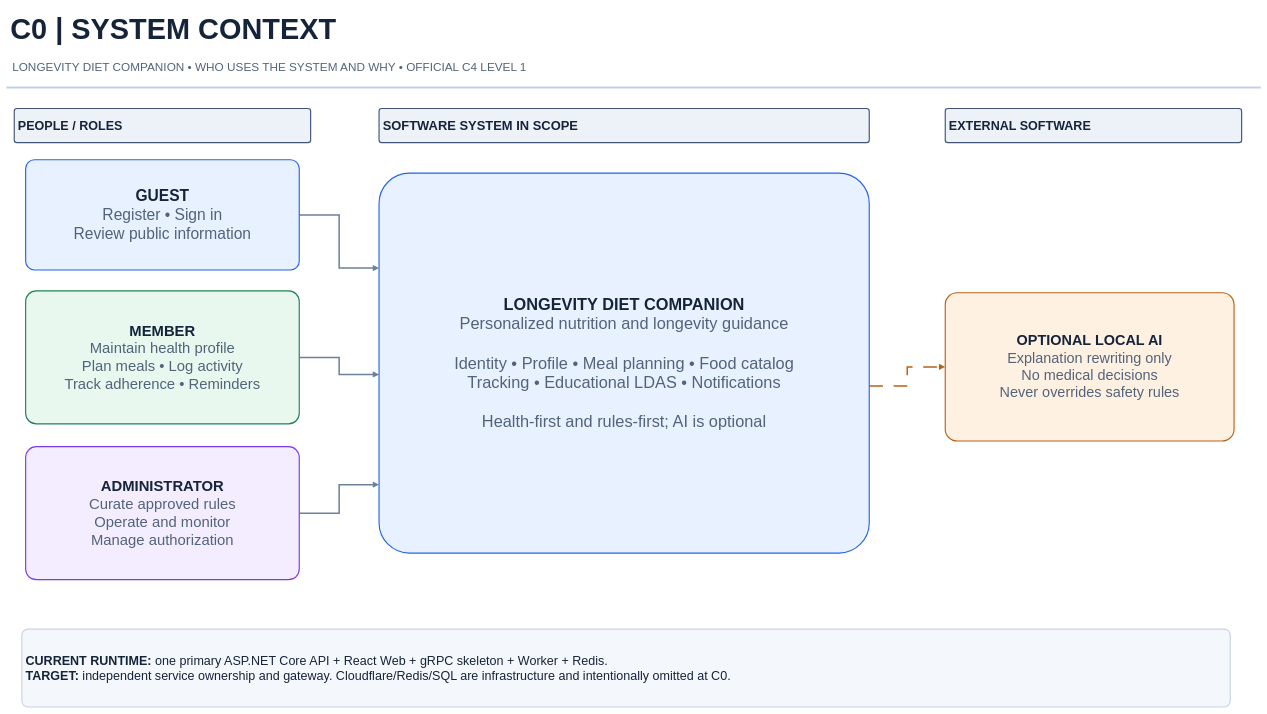
Above: docs/assignment/one-page/01-c0-system-context.drawio in YAHsaveme/FPTUSE_LongevityDiet (draw.io), before the change. Source tidied: cells renumbered, new cells numbered last; positions are measured from the earlier drawing's top-left corner, leaving out a move shared by most shapes. Both pictures are drawn from the tidied source at 38%, with x=0, y=0 at pixel (6, 6).
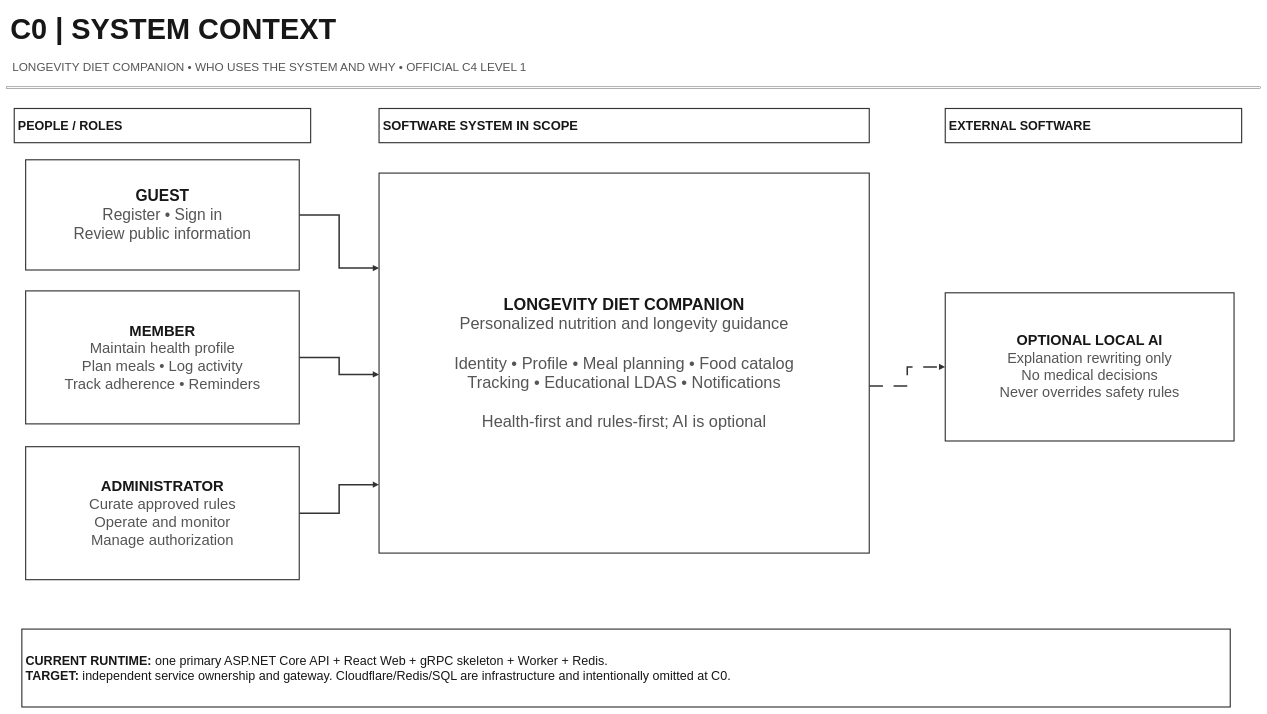
The same diagram, later.

Change to the diagram source:
```diff
@@
 <mxGraphModel>
   <root>
     <mxCell id="0" />
     <mxCell id="1" parent="0" />
-    <mxCell id="2" style="edgeStyle=orthogonalEdgeStyle;rounded=0;jettySize=auto;html=1;strokeColor=#6C819A;strokeWidth=4;endArrow=block;endFill=1;exitX=1;exitY=0.5;exitPerimeter=0;entryX=0;entryY=0.25;entryPerimeter=0;" parent="1" edge="1" source="10" target="14">
+    <mxCell id="2" style="edgeStyle=orthogonalEdgeStyle;rounded=0;jettySize=auto;html=1;strokeColor=#333333;strokeWidth=4;endArrow=block;endFill=1;exitX=1;exitY=0.5;exitPerimeter=0;entryX=0;entryY=0.25;entryPerimeter=0;" parent="1" edge="1" source="10" target="14">
       <mxGeometry relative="1" as="geometry" />
     </mxCell>
-    <mxCell id="3" style="edgeStyle=orthogonalEdgeStyle;rounded=0;jettySize=auto;html=1;strokeColor=#6C819A;strokeWidth=4;endArrow=block;endFill=1;exitX=1;exitY=0.5;exitPerimeter=0;entryX=0;entryY=0.53;entryPerimeter=0;" parent="1" edge="1" source="11" target="14">
+    <mxCell id="3" style="edgeStyle=orthogonalEdgeStyle;rounded=0;jettySize=auto;html=1;strokeColor=#333333;strokeWidth=4;endArrow=block;endFill=1;exitX=1;exitY=0.5;exitPerimeter=0;entryX=0;entryY=0.53;entryPerimeter=0;" parent="1" edge="1" source="11" target="14">
       <mxGeometry relative="1" as="geometry" />
     </mxCell>
-    <mxCell id="4" style="edgeStyle=orthogonalEdgeStyle;rounded=0;jettySize=auto;html=1;strokeColor=#6C819A;strokeWidth=4;endArrow=block;endFill=1;exitX=1;exitY=0.5;exitPerimeter=0;entryX=0;entryY=0.82;entryPerimeter=0;" parent="1" edge="1" source="12" target="14">
+    <mxCell id="4" style="edgeStyle=orthogonalEdgeStyle;rounded=0;jettySize=auto;html=1;strokeColor=#333333;strokeWidth=4;endArrow=block;endFill=1;exitX=1;exitY=0.5;exitPerimeter=0;entryX=0;entryY=0.82;entryPerimeter=0;" parent="1" edge="1" source="12" target="14">
       <mxGeometry relative="1" as="geometry" />
     </mxCell>
-    <mxCell id="5" style="edgeStyle=orthogonalEdgeStyle;rounded=0;jettySize=auto;html=1;strokeColor=#B96218;strokeWidth=4;endArrow=block;endFill=1;dashed=1;dashPattern=9 7;exitX=1;exitY=0.56;exitPerimeter=0;entryX=0;entryY=0.5;entryPerimeter=0;" parent="1" edge="1" source="14" target="16">
+    <mxCell id="5" style="edgeStyle=orthogonalEdgeStyle;rounded=0;jettySize=auto;html=1;strokeColor=#333333;strokeWidth=4;endArrow=block;endFill=1;dashed=1;dashPattern=9 7;exitX=1;exitY=0.56;exitPerimeter=0;entryX=0;entryY=0.5;entryPerimeter=0;" parent="1" edge="1" source="14" target="16">
       <mxGeometry relative="1" as="geometry" />
     </mxCell>
-    <mxCell id="6" value="C0  |  SYSTEM CONTEXT" style="text;strokeColor=none;fillColor=none;fontFamily=Arial;fontSize=76;fontColor=#16243A;fontStyle=1;align=left;verticalAlign=middle;spacing=10;whiteSpace=wrap;html=1;" parent="1" vertex="1">
+    <mxCell id="6" value="C0  |  SYSTEM CONTEXT" style="text;strokeColor=none;fillColor=none;fontFamily=Arial;fontSize=76;fontColor=#171717;fontStyle=1;align=left;verticalAlign=middle;spacing=10;whiteSpace=wrap;html=1;" parent="1" vertex="1">
       <mxGeometry width="3300" height="118" as="geometry" />
     </mxCell>
-    <mxCell id="7" value="LONGEVITY DIET COMPANION   •   WHO USES THE SYSTEM AND WHY   •   OFFICIAL C4 LEVEL 1" style="text;strokeColor=none;fillColor=none;fontFamily=Arial;fontSize=31;fontColor=#52637A;fontStyle=0;align=left;verticalAlign=middle;spacing=10;whiteSpace=wrap;html=1;" parent="1" vertex="1">
+    <mxCell id="7" value="LONGEVITY DIET COMPANION   •   WHO USES THE SYSTEM AND WHY   •   OFFICIAL C4 LEVEL 1" style="text;strokeColor=none;fillColor=none;fontFamily=Arial;fontSize=31;fontColor=#555555;fontStyle=0;align=left;verticalAlign=middle;spacing=10;whiteSpace=wrap;html=1;" parent="1" vertex="1">
       <mxGeometry x="5" y="121" width="3290" height="74" as="geometry" />
     </mxCell>
-    <mxCell id="8" style="rounded=1;arcSize=8;whiteSpace=wrap;html=1;glass=0;fontFamily=Arial;fontSize=30;fontColor=#16243A;fontStyle=0;align=center;verticalAlign=middle;spacing=10;whiteSpace=wrap;html=1;fillColor=#BDD0E8;strokeColor=#BDD0E8;strokeWidth=1;" parent="1" vertex="1">
+    <mxCell id="8" style="rounded=0;whiteSpace=wrap;html=1;glass=0;fontFamily=Arial;fontSize=30;fontColor=#171717;fontStyle=0;align=center;verticalAlign=middle;spacing=10;whiteSpace=wrap;html=1;fillColor=#FFFFFF;strokeColor=#333333;strokeWidth=1;" parent="1" vertex="1">
       <mxGeometry y="211" width="3300" height="4" as="geometry" />
     </mxCell>
-    <mxCell id="9" value="&lt;b&gt;PEOPLE / ROLES&lt;/b&gt;" style="rounded=1;arcSize=8;whiteSpace=wrap;html=1;glass=0;fontFamily=Arial;fontSize=33;fontColor=#16243A;fontStyle=0;align=left;verticalAlign=middle;spacing=10;whiteSpace=wrap;html=1;fillColor=#EDF1F8;strokeColor=#405477;strokeWidth=3;" parent="1" vertex="1">
+    <mxCell id="9" value="&lt;b&gt;PEOPLE / ROLES&lt;/b&gt;" style="rounded=0;whiteSpace=wrap;html=1;glass=0;fontFamily=Arial;fontSize=33;fontColor=#171717;fontStyle=0;align=left;verticalAlign=middle;spacing=10;whiteSpace=wrap;html=1;fillColor=#FFFFFF;strokeColor=#333333;strokeWidth=3;" parent="1" vertex="1">
       <mxGeometry x="20" y="268" width="780" height="90" as="geometry" />
     </mxCell>
-    <mxCell id="10" value="&lt;b&gt;GUEST&lt;/b&gt;&lt;br/&gt;&lt;font color=&quot;#52637A&quot;&gt;Register • Sign in&lt;br/&gt;Review public information&lt;/font&gt;" style="rounded=1;arcSize=8;whiteSpace=wrap;html=1;glass=0;fontFamily=Arial;fontSize=41;fontColor=#16243A;fontStyle=0;align=center;verticalAlign=middle;spacing=10;whiteSpace=wrap;html=1;fillColor=#E8F1FF;strokeColor=#2563EB;strokeWidth=3;" parent="1" vertex="1">
+    <mxCell id="10" value="&lt;b&gt;GUEST&lt;/b&gt;&lt;br/&gt;&lt;font color=&quot;#555555&quot;&gt;Register • Sign in&lt;br/&gt;Review public information&lt;/font&gt;" style="rounded=0;whiteSpace=wrap;html=1;glass=0;fontFamily=Arial;fontSize=41;fontColor=#171717;fontStyle=0;align=center;verticalAlign=middle;spacing=10;whiteSpace=wrap;html=1;fillColor=#FFFFFF;strokeColor=#333333;strokeWidth=3;" parent="1" vertex="1">
       <mxGeometry x="50" y="403" width="720" height="290" as="geometry" />
     </mxCell>
-    <mxCell id="11" value="&lt;b&gt;MEMBER&lt;/b&gt;&lt;br/&gt;&lt;font color=&quot;#52637A&quot;&gt;Maintain health profile&lt;br/&gt;Plan meals • Log activity&lt;br/&gt;Track adherence • Reminders&lt;/font&gt;" style="rounded=1;arcSize=8;whiteSpace=wrap;html=1;glass=0;fontFamily=Arial;fontSize=39;fontColor=#16243A;fontStyle=0;align=center;verticalAlign=middle;spacing=10;whiteSpace=wrap;html=1;fillColor=#E8F8EF;strokeColor=#20815B;strokeWidth=3;" parent="1" vertex="1">
+    <mxCell id="11" value="&lt;b&gt;MEMBER&lt;/b&gt;&lt;br/&gt;&lt;font color=&quot;#555555&quot;&gt;Maintain health profile&lt;br/&gt;Plan meals • Log activity&lt;br/&gt;Track adherence • Reminders&lt;/font&gt;" style="rounded=0;whiteSpace=wrap;html=1;glass=0;fontFamily=Arial;fontSize=39;fontColor=#171717;fontStyle=0;align=center;verticalAlign=middle;spacing=10;whiteSpace=wrap;html=1;fillColor=#FFFFFF;strokeColor=#333333;strokeWidth=3;" parent="1" vertex="1">
       <mxGeometry x="50" y="748" width="720" height="350" as="geometry" />
     </mxCell>
-    <mxCell id="12" value="&lt;b&gt;ADMINISTRATOR&lt;/b&gt;&lt;br/&gt;&lt;font color=&quot;#52637A&quot;&gt;Curate approved rules&lt;br/&gt;Operate and monitor&lt;br/&gt;Manage authorization&lt;/font&gt;" style="rounded=1;arcSize=8;whiteSpace=wrap;html=1;glass=0;fontFamily=Arial;fontSize=39;fontColor=#16243A;fontStyle=0;align=center;verticalAlign=middle;spacing=10;whiteSpace=wrap;html=1;fillColor=#F3EDFF;strokeColor=#7C3AED;strokeWidth=3;" parent="1" vertex="1">
+    <mxCell id="12" value="&lt;b&gt;ADMINISTRATOR&lt;/b&gt;&lt;br/&gt;&lt;font color=&quot;#555555&quot;&gt;Curate approved rules&lt;br/&gt;Operate and monitor&lt;br/&gt;Manage authorization&lt;/font&gt;" style="rounded=0;whiteSpace=wrap;html=1;glass=0;fontFamily=Arial;fontSize=39;fontColor=#171717;fontStyle=0;align=center;verticalAlign=middle;spacing=10;whiteSpace=wrap;html=1;fillColor=#FFFFFF;strokeColor=#333333;strokeWidth=3;" parent="1" vertex="1">
       <mxGeometry x="50" y="1158" width="720" height="350" as="geometry" />
     </mxCell>
-    <mxCell id="13" value="&lt;b&gt;SOFTWARE SYSTEM IN SCOPE&lt;/b&gt;" style="rounded=1;arcSize=8;whiteSpace=wrap;html=1;glass=0;fontFamily=Arial;fontSize=34;fontColor=#16243A;fontStyle=0;align=left;verticalAlign=middle;spacing=10;whiteSpace=wrap;html=1;fillColor=#EDF1F8;strokeColor=#405477;strokeWidth=3;" parent="1" vertex="1">
+    <mxCell id="13" value="&lt;b&gt;SOFTWARE SYSTEM IN SCOPE&lt;/b&gt;" style="rounded=0;whiteSpace=wrap;html=1;glass=0;fontFamily=Arial;fontSize=34;fontColor=#171717;fontStyle=0;align=left;verticalAlign=middle;spacing=10;whiteSpace=wrap;html=1;fillColor=#FFFFFF;strokeColor=#333333;strokeWidth=3;" parent="1" vertex="1">
       <mxGeometry x="980" y="268" width="1290" height="90" as="geometry" />
     </mxCell>
-    <mxCell id="14" value="&lt;b&gt;LONGEVITY DIET COMPANION&lt;/b&gt;&lt;br/&gt;&lt;font color=&quot;#52637A&quot;&gt;Personalized nutrition and longevity guidance&lt;br/&gt;&lt;br/&gt;Identity • Profile • Meal planning • Food catalog&lt;br/&gt;Tracking • Educational LDAS • Notifications&lt;br/&gt;&lt;br/&gt;Health-first and rules-first; AI is optional&lt;/font&gt;" style="rounded=1;arcSize=8;whiteSpace=wrap;html=1;glass=0;fontFamily=Arial;fontSize=43;fontColor=#16243A;fontStyle=0;align=center;verticalAlign=middle;spacing=10;whiteSpace=wrap;html=1;fillColor=#E8F1FF;strokeColor=#2563EB;strokeWidth=3;" parent="1" vertex="1">
+    <mxCell id="14" value="&lt;b&gt;LONGEVITY DIET COMPANION&lt;/b&gt;&lt;br/&gt;&lt;font color=&quot;#555555&quot;&gt;Personalized nutrition and longevity guidance&lt;br/&gt;&lt;br/&gt;Identity • Profile • Meal planning • Food catalog&lt;br/&gt;Tracking • Educational LDAS • Notifications&lt;br/&gt;&lt;br/&gt;Health-first and rules-first; AI is optional&lt;/font&gt;" style="rounded=0;whiteSpace=wrap;html=1;glass=0;fontFamily=Arial;fontSize=43;fontColor=#171717;fontStyle=0;align=center;verticalAlign=middle;spacing=10;whiteSpace=wrap;html=1;fillColor=#FFFFFF;strokeColor=#333333;strokeWidth=3;" parent="1" vertex="1">
       <mxGeometry x="980" y="438" width="1290" height="1000" as="geometry" />
     </mxCell>
-    <mxCell id="15" value="&lt;b&gt;EXTERNAL SOFTWARE&lt;/b&gt;" style="rounded=1;arcSize=8;whiteSpace=wrap;html=1;glass=0;fontFamily=Arial;fontSize=33;fontColor=#16243A;fontStyle=0;align=left;verticalAlign=middle;spacing=10;whiteSpace=wrap;html=1;fillColor=#EDF1F8;strokeColor=#405477;strokeWidth=3;" parent="1" vertex="1">
+    <mxCell id="15" value="&lt;b&gt;EXTERNAL SOFTWARE&lt;/b&gt;" style="rounded=0;whiteSpace=wrap;html=1;glass=0;fontFamily=Arial;fontSize=33;fontColor=#171717;fontStyle=0;align=left;verticalAlign=middle;spacing=10;whiteSpace=wrap;html=1;fillColor=#FFFFFF;strokeColor=#333333;strokeWidth=3;" parent="1" vertex="1">
       <mxGeometry x="2470" y="268" width="780" height="90" as="geometry" />
     </mxCell>
-    <mxCell id="16" value="&lt;b&gt;OPTIONAL LOCAL AI&lt;/b&gt;&lt;br/&gt;&lt;font color=&quot;#52637A&quot;&gt;Explanation rewriting only&lt;br/&gt;No medical decisions&lt;br/&gt;Never overrides safety rules&lt;/font&gt;" style="rounded=1;arcSize=8;whiteSpace=wrap;html=1;glass=0;fontFamily=Arial;fontSize=38;fontColor=#16243A;fontStyle=0;align=center;verticalAlign=middle;spacing=10;whiteSpace=wrap;html=1;fillColor=#FFF1E2;strokeColor=#B96218;strokeWidth=3;" parent="1" vertex="1">
+    <mxCell id="16" value="&lt;b&gt;OPTIONAL LOCAL AI&lt;/b&gt;&lt;br/&gt;&lt;font color=&quot;#555555&quot;&gt;Explanation rewriting only&lt;br/&gt;No medical decisions&lt;br/&gt;Never overrides safety rules&lt;/font&gt;" style="rounded=0;whiteSpace=wrap;html=1;glass=0;fontFamily=Arial;fontSize=38;fontColor=#171717;fontStyle=0;align=center;verticalAlign=middle;spacing=10;whiteSpace=wrap;html=1;fillColor=#FFFFFF;strokeColor=#333333;strokeWidth=3;" parent="1" vertex="1">
       <mxGeometry x="2470" y="753" width="760" height="390" as="geometry" />
     </mxCell>
-    <mxCell id="17" value="&lt;b&gt;CURRENT RUNTIME:&lt;/b&gt; one primary ASP.NET Core API + React Web + gRPC skeleton + Worker + Redis.&lt;br/&gt;&lt;b&gt;TARGET:&lt;/b&gt; independent service ownership and gateway. Cloudflare/Redis/SQL are infrastructure and intentionally omitted at C0." style="rounded=1;arcSize=8;whiteSpace=wrap;html=1;glass=0;fontFamily=Arial;fontSize=33;fontColor=#16243A;fontStyle=0;align=left;verticalAlign=middle;spacing=10;whiteSpace=wrap;html=1;fillColor=#F4F7FB;strokeColor=#CAD4E3;strokeWidth=3;" parent="1" vertex="1">
+    <mxCell id="17" value="&lt;b&gt;CURRENT RUNTIME:&lt;/b&gt; one primary ASP.NET Core API + React Web + gRPC skeleton + Worker + Redis.&lt;br/&gt;&lt;b&gt;TARGET:&lt;/b&gt; independent service ownership and gateway. Cloudflare/Redis/SQL are infrastructure and intentionally omitted at C0." style="rounded=0;whiteSpace=wrap;html=1;glass=0;fontFamily=Arial;fontSize=33;fontColor=#171717;fontStyle=0;align=left;verticalAlign=middle;spacing=10;whiteSpace=wrap;html=1;fillColor=#FFFFFF;strokeColor=#333333;strokeWidth=3;" parent="1" vertex="1">
       <mxGeometry x="40" y="1638" width="3180" height="205" as="geometry" />
     </mxCell>
   </root>
 </mxGraphModel>
```
